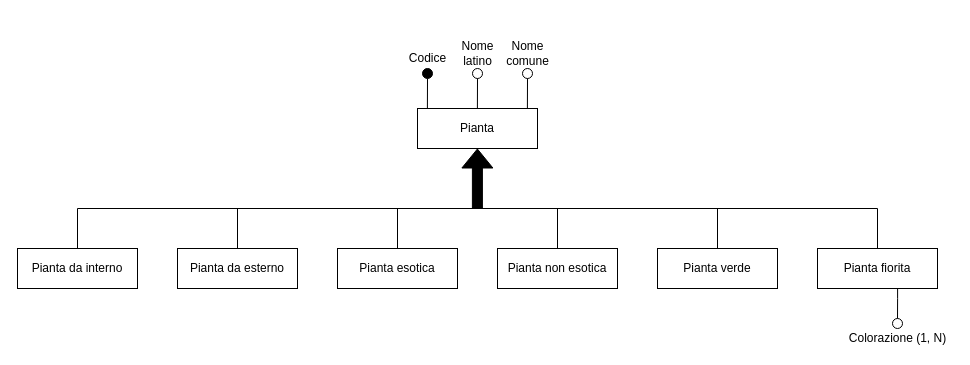
The draw.io diagram ER-diagrams/ER-Piante.drawio in nic-agos/Verde-S.R.L, before the edit. Source tidied: cells renumbered, new cells numbered last; positions are measured from the earlier drawing's top-left corner, leaving out a move shared by most shapes. Both pictures are drawn from the tidied source at 100%, with x=0, y=0 at pixel (17, 38).
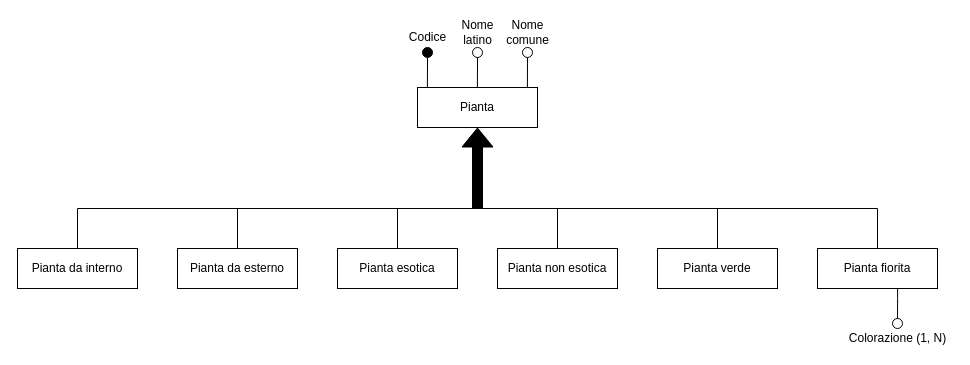
After the change.

Diff of the diagram source:
```diff
@@
     <mxCell id="5" value="Pianta" style="rounded=0;whiteSpace=wrap;html=1;strokeWidth=1;perimeterSpacing=0;" parent="1" vertex="1">
-      <mxGeometry x="400" y="70" width="120" height="40" as="geometry" />
+      <mxGeometry x="400" y="49" width="120" height="40" as="geometry" />
     </mxCell>
@@
-    <mxCell id="16" style="shape=flexArrow;endArrow=classic;html=1;rounded=0;fillColor=#000000;" parent="1" edge="1">
+    <mxCell id="16" style="shape=flexArrow;endArrow=classic;html=1;rounded=0;fillColor=#000000;entryX=0.5;entryY=1;entryDx=0;entryDy=0;" parent="1" edge="1" target="5">
       <mxGeometry relative="1" as="geometry">
-        <mxPoint x="459.9" y="170" as="sourcePoint" />
-        <mxPoint x="459.9" y="110" as="targetPoint" />
+        <mxPoint x="460" y="170" as="sourcePoint" />
       </mxGeometry>
     </mxCell>
     <mxCell id="17" style="endArrow=none;html=1;rounded=0;fillColor=#000000;entryX=0.166;entryY=0;entryDx=0;entryDy=0;entryPerimeter=0;exitX=0.5;exitY=1;exitDx=0;exitDy=0;" parent="1" edge="1" source="18">
       <mxGeometry relative="1" as="geometry">
-        <mxPoint x="409.9" y="70" as="targetPoint" />
+        <mxPoint x="409.9" y="49" as="targetPoint" />
       </mxGeometry>
     </mxCell>
     <mxCell id="18" style="ellipse;whiteSpace=wrap;html=1;strokeWidth=1;fillColor=#000000;" parent="1" vertex="1">
-      <mxGeometry x="405" y="30" width="10" height="10" as="geometry" />
+      <mxGeometry x="405" y="9" width="10" height="10" as="geometry" />
     </mxCell>
     <mxCell id="19" value="Codice" style="text;html=1;align=center;verticalAlign=middle;strokeColor=none;fillColor=none;" parent="1" vertex="1">
-      <mxGeometry x="385" y="10" width="50" height="20" as="geometry" />
+      <mxGeometry x="385" y="-11" width="50" height="20" as="geometry" />
     </mxCell>
     <mxCell id="20" style="endArrow=none;html=1;rounded=0;fillColor=#000000;entryX=0.166;entryY=0;entryDx=0;entryDy=0;entryPerimeter=0;exitX=0.5;exitY=1;exitDx=0;exitDy=0;" parent="1" edge="1" source="21">
       <mxGeometry relative="1" as="geometry">
-        <mxPoint x="459.9" y="70" as="targetPoint" />
+        <mxPoint x="459.9" y="49" as="targetPoint" />
       </mxGeometry>
     </mxCell>
     <mxCell id="21" style="ellipse;whiteSpace=wrap;html=1;strokeWidth=1;fillColor=none;" parent="1" vertex="1">
-      <mxGeometry x="455" y="30" width="10" height="10" as="geometry" />
+      <mxGeometry x="455" y="9" width="10" height="10" as="geometry" />
     </mxCell>
     <mxCell id="22" value="Nome &lt;br&gt;latino" style="text;html=1;align=center;verticalAlign=middle;strokeColor=none;fillColor=none;" parent="1" vertex="1">
-      <mxGeometry x="435" width="50" height="30" as="geometry" />
+      <mxGeometry x="435" y="-21" width="50" height="30" as="geometry" />
     </mxCell>
     <mxCell id="23" style="endArrow=none;html=1;rounded=0;fillColor=#000000;entryX=0.166;entryY=0;entryDx=0;entryDy=0;entryPerimeter=0;exitX=0.5;exitY=1;exitDx=0;exitDy=0;" parent="1" edge="1" source="24">
       <mxGeometry relative="1" as="geometry">
-        <mxPoint x="509.9" y="70" as="targetPoint" />
+        <mxPoint x="509.9" y="49" as="targetPoint" />
       </mxGeometry>
     </mxCell>
     <mxCell id="24" style="ellipse;whiteSpace=wrap;html=1;strokeWidth=1;fillColor=none;" parent="1" vertex="1">
-      <mxGeometry x="505" y="30" width="10" height="10" as="geometry" />
+      <mxGeometry x="505" y="9" width="10" height="10" as="geometry" />
     </mxCell>
     <mxCell id="25" value="Nome &lt;br&gt;comune" style="text;html=1;align=center;verticalAlign=middle;strokeColor=none;fillColor=none;" parent="1" vertex="1">
-      <mxGeometry x="480" width="60" height="30" as="geometry" />
+      <mxGeometry x="480" y="-21" width="60" height="30" as="geometry" />
     </mxCell>
```
